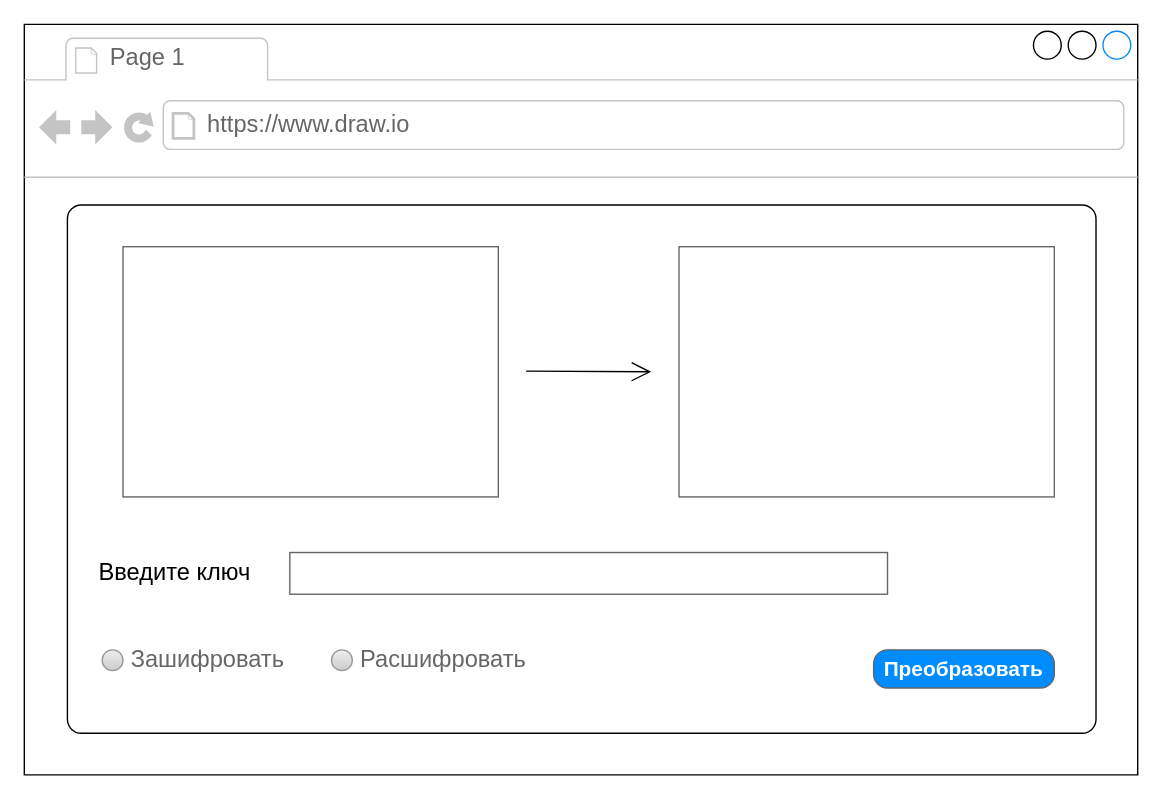
The draw.io diagram Untitled Diagram.drawio in FaerEagle/Delivery-Food, before the edit. Source tidied: cells renumbered, new cells numbered last; positions are measured from the earlier drawing's top-left corner, leaving out a move shared by most shapes. Both pictures are drawn from the tidied source at 139%, with x=0, y=0 at pixel (24, 24).
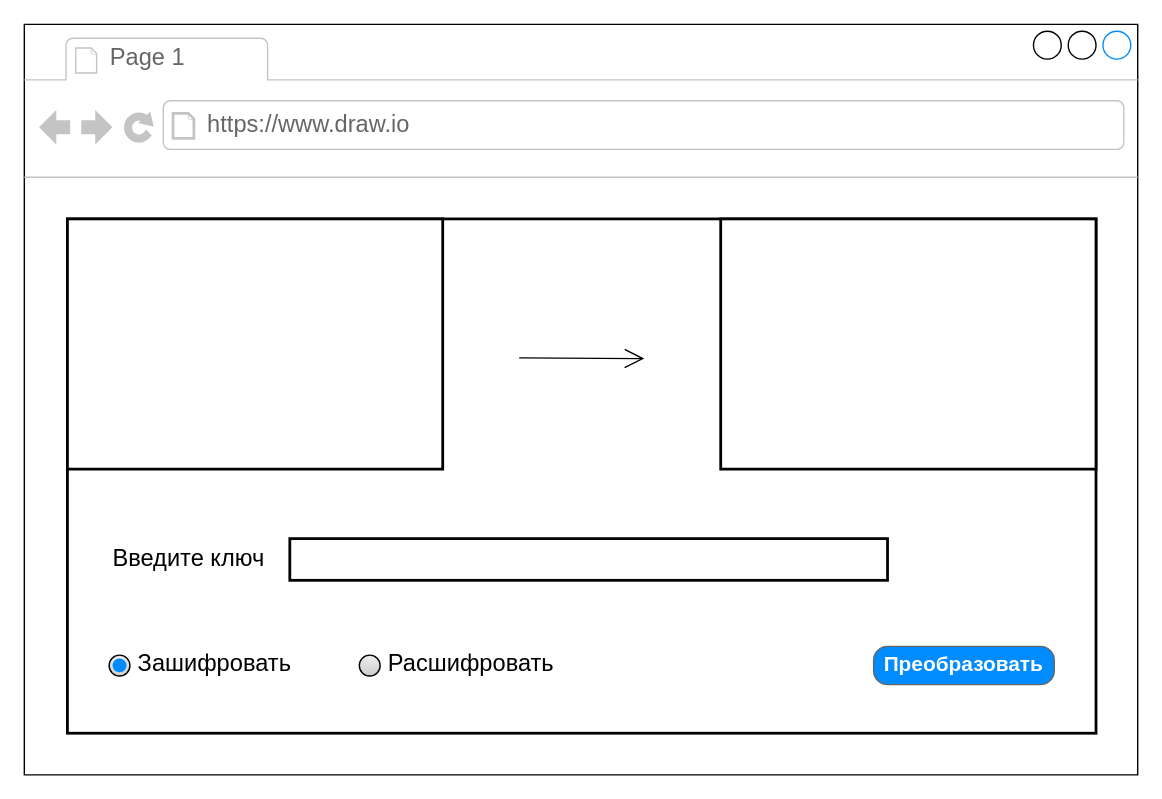
Above is the later version.

Change to the diagram source:
```diff
@@
 <mxGraphModel>
   <root>
     <mxCell id="0" />
     <mxCell id="1" parent="0" />
     <mxCell id="2" style="strokeWidth=1;shadow=0;dashed=0;align=center;html=1;shape=mxgraph.mockup.containers.browserWindow;rSize=0;strokeColor2=#008cff;strokeColor3=#c4c4c4;mainText=,;" parent="1" vertex="1">
       <mxGeometry width="801" height="540" as="geometry" />
     </mxCell>
     <mxCell id="3" value="Page 1" style="strokeWidth=1;shadow=0;dashed=0;align=center;html=1;shape=mxgraph.mockup.containers.anchor;fontSize=17;fontColor=#666666;align=left;" parent="2" vertex="1">
       <mxGeometry x="60" y="12" width="110" height="26" as="geometry" />
     </mxCell>
     <mxCell id="4" value="https://www.draw.io" style="strokeWidth=1;shadow=0;dashed=0;align=center;html=1;shape=mxgraph.mockup.containers.anchor;rSize=0;fontSize=17;fontColor=#666666;align=left;" parent="2" vertex="1">
       <mxGeometry x="130" y="60" width="250" height="26" as="geometry" />
     </mxCell>
-    <mxCell id="5" style="shape=mxgraph.mockup.containers.marginRect;rectMarginTop=10;strokeWidth=1;dashed=0;rounded=1;arcSize=5;" parent="1" vertex="1">
-      <mxGeometry x="31" y="120" width="740" height="390" as="geometry" />
-    </mxCell>
+    <mxCell id="14" style="rounded=0;whiteSpace=wrap;html=1;shadow=0;sketch=0;strokeColor=#000000;strokeWidth=2;" parent="1" vertex="1">
+      <mxGeometry x="31" y="140" width="740" height="370" as="geometry" />
+    </mxCell>
-    <mxCell id="6" style="strokeWidth=1;shadow=0;dashed=0;align=center;html=1;shape=mxgraph.mockup.text.textBox;fontColor=#666666;align=left;fontSize=17;spacingLeft=4;spacingTop=-3;strokeColor=#666666;mainText=;" parent="1" vertex="1">
-      <mxGeometry x="71" y="160" width="270" height="180" as="geometry" />
+    <mxCell id="6" style="strokeWidth=2;shadow=0;dashed=0;align=center;html=1;shape=mxgraph.mockup.text.textBox;fontColor=#666666;align=left;fontSize=17;spacingLeft=4;spacingTop=-3;mainText=;" parent="1" vertex="1">
+      <mxGeometry x="31" y="140" width="270" height="180" as="geometry" />
     </mxCell>
-    <mxCell id="7" style="strokeWidth=1;shadow=0;dashed=0;align=center;html=1;shape=mxgraph.mockup.text.textBox;fontColor=#666666;align=left;fontSize=17;spacingLeft=4;spacingTop=-3;strokeColor=#666666;mainText=;" parent="1" vertex="1">
-      <mxGeometry x="471" y="160" width="270" height="180" as="geometry" />
+    <mxCell id="7" style="strokeWidth=2;shadow=0;dashed=0;align=center;html=1;shape=mxgraph.mockup.text.textBox;fontColor=#666666;align=left;fontSize=17;spacingLeft=4;spacingTop=-3;mainText=;" parent="1" vertex="1">
+      <mxGeometry x="501" y="140" width="270" height="180" as="geometry" />
     </mxCell>
-    <mxCell id="8" value="Расшифровать" style="shape=ellipse;fillColor=#eeeeee;strokeColor=#999999;gradientColor=#cccccc;html=1;align=left;spacingLeft=4;fontSize=17;fontColor=#666666;labelPosition=right;shadow=0;" parent="1" vertex="1">
-      <mxGeometry x="221" y="450" width="15" height="15" as="geometry" />
+    <mxCell id="8" value="&lt;font color=&quot;#000000&quot;&gt;Расшифровать&lt;/font&gt;" style="shape=ellipse;fillColor=#eeeeee;gradientColor=#cccccc;html=1;align=left;spacingLeft=4;fontSize=17;fontColor=#666666;labelPosition=right;shadow=0;sketch=0;strokeWidth=1;" parent="1" vertex="1">
+      <mxGeometry x="241" y="453.8" width="15" height="15" as="geometry" />
     </mxCell>
-    <mxCell id="9" value="Зашифровать" style="shape=ellipse;fillColor=#eeeeee;strokeColor=#999999;gradientColor=#cccccc;html=1;align=left;spacingLeft=4;fontSize=17;fontColor=#666666;labelPosition=right;shadow=0;" parent="1" vertex="1">
-      <mxGeometry x="56" y="450" width="15" height="15" as="geometry" />
+    <mxCell id="9" value="&lt;font color=&quot;#000000&quot;&gt;Зашифровать&lt;/font&gt;" style="shape=ellipse;fillColor=#eeeeee;gradientColor=#cccccc;html=1;align=left;spacingLeft=4;fontSize=17;fontColor=#666666;labelPosition=right;shadow=0;strokeWidth=1;" parent="1" vertex="1">
+      <mxGeometry x="61" y="453.8" width="15" height="15" as="geometry" />
     </mxCell>
-    <mxCell id="10" style="strokeWidth=1;shadow=0;dashed=0;align=center;html=1;shape=mxgraph.mockup.text.textBox;fontColor=#666666;align=left;fontSize=17;spacingLeft=4;spacingTop=-3;strokeColor=#666666;mainText=;" parent="1" vertex="1">
-      <mxGeometry x="191" y="380" width="430" height="30" as="geometry" />
+    <mxCell id="10" style="strokeWidth=2;shadow=0;dashed=0;align=center;html=1;shape=mxgraph.mockup.text.textBox;fontColor=#666666;align=left;fontSize=17;spacingLeft=4;spacingTop=-3;mainText=;" parent="1" vertex="1">
+      <mxGeometry x="191" y="370" width="430" height="30" as="geometry" />
     </mxCell>
-    <mxCell id="11" value="&lt;font style=&quot;font-size: 15px&quot;&gt;Преобразовать&lt;/font&gt;" style="strokeWidth=1;shadow=0;dashed=0;align=center;html=1;shape=mxgraph.mockup.buttons.button;strokeColor=#666666;fontColor=#ffffff;mainText=;buttonStyle=round;fontSize=17;fontStyle=1;fillColor=#008cff;whiteSpace=wrap;" parent="1" vertex="1">
-      <mxGeometry x="611" y="450" width="130" height="27.5" as="geometry" />
+    <mxCell id="11" value="&lt;font style=&quot;font-size: 15px&quot;&gt;Преобразовать&lt;/font&gt;" style="strokeWidth=1;shadow=0;dashed=0;align=center;html=1;shape=mxgraph.mockup.buttons.button;strokeColor=#666666;fontColor=#ffffff;mainText=;buttonStyle=round;fontSize=17;fontStyle=1;whiteSpace=wrap;fillColor=#008CFF;" parent="1" vertex="1">
+      <mxGeometry x="611" y="447.5" width="130" height="27.5" as="geometry" />
     </mxCell>
     <mxCell id="12" style="endArrow=open;endFill=1;endSize=12;html=1;" parent="1" edge="1">
       <mxGeometry relative="1" as="geometry">
-        <mxPoint x="361" y="249.5" as="sourcePoint" />
-        <mxPoint x="451" y="250" as="targetPoint" />
+        <mxPoint x="356" y="240" as="sourcePoint" />
+        <mxPoint x="446" y="240.5" as="targetPoint" />
         <Array as="points">
-          <mxPoint x="451" y="250" />
+          <mxPoint x="446" y="240.5" />
         </Array>
       </mxGeometry>
     </mxCell>
     <mxCell id="13" value="&lt;font style=&quot;font-size: 17px&quot;&gt;Введите ключ&lt;/font&gt;" style="text;html=1;strokeColor=none;fillColor=none;align=center;verticalAlign=middle;whiteSpace=wrap;rounded=0;" parent="1" vertex="1">
-      <mxGeometry x="51" y="385" width="115" height="20" as="geometry" />
+      <mxGeometry x="61" y="375" width="115" height="20" as="geometry" />
     </mxCell>
+    <mxCell id="15" style="ellipse;whiteSpace=wrap;html=1;shadow=0;sketch=0;strokeWidth=1;fillColor=#008CFF;strokeColor=none;" parent="1" vertex="1">
+      <mxGeometry x="63.5" y="456.2" width="10" height="10" as="geometry" />
+    </mxCell>
   </root>
 </mxGraphModel>
```
